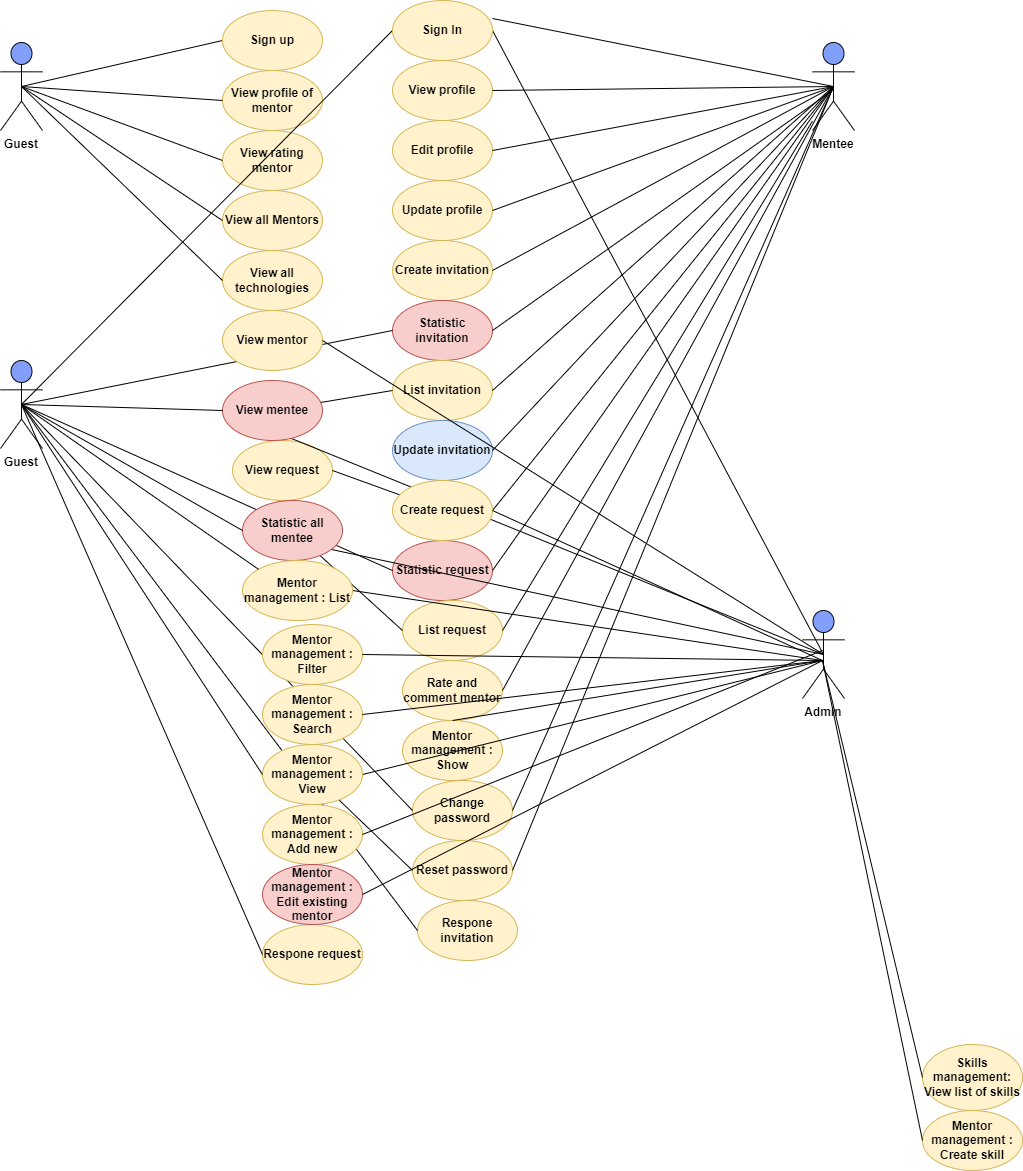
Before: UML.drawio.png, a diagram exported from draw.io (dungdt23/SWP391_Document). Source tidied: cells renumbered, new cells last; positions are measured from the earlier drawing's top-left corner, leaving out a move shared by most shapes.
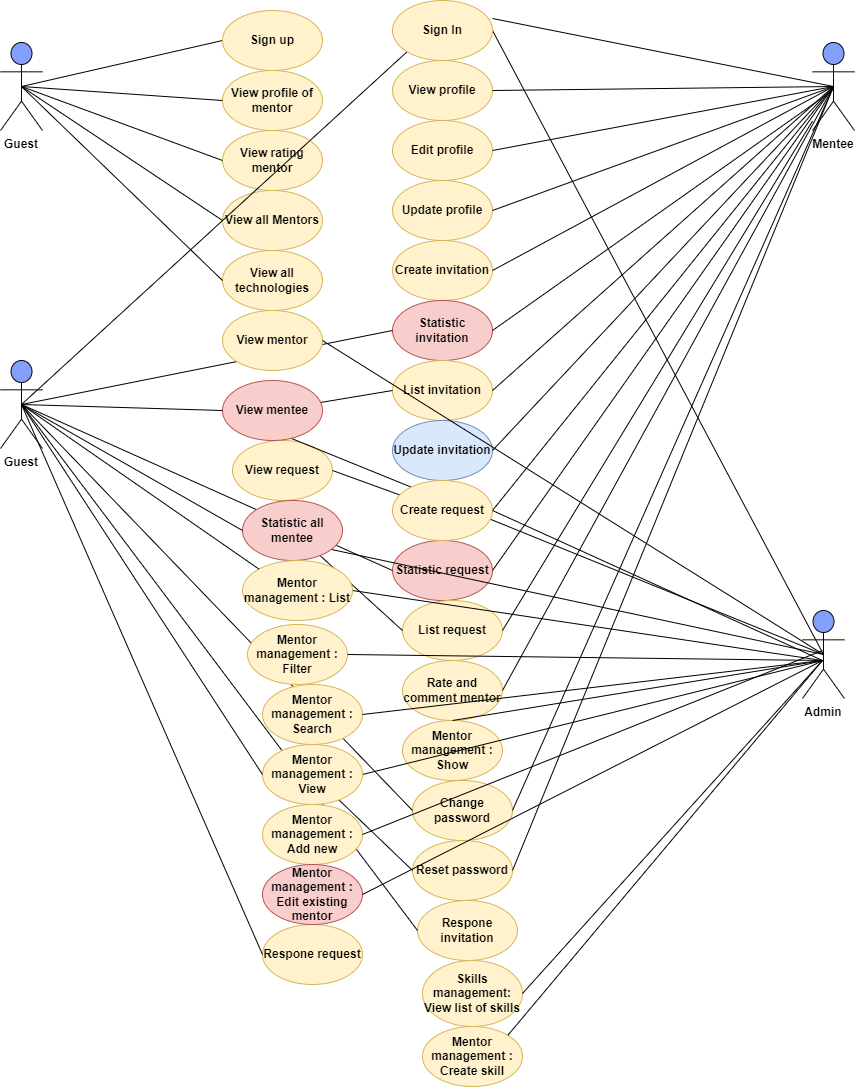
After the change.

Change to the diagram source:
```diff
@@ -118,7 +118,7 @@
     <mxCell id="39" value="Guest&#10;" style="shape=umlActor;verticalLabelPosition=bottom;verticalAlign=top;outlineConnect=0;fontStyle=1;fillColor=#839FFC;strokeColor=#06080A;" parent="1" vertex="1">
       <mxGeometry y="360" width="42" height="88" as="geometry" />
     </mxCell>
-    <mxCell id="40" style="endArrow=none;html=1;rounded=0;exitX=0.5;exitY=0.5;exitDx=0;exitDy=0;entryX=0;entryY=0.5;entryDx=0;entryDy=0;exitPerimeter=0;" parent="1" edge="1" source="39" target="81">
+    <mxCell id="40" style="endArrow=none;html=1;rounded=0;exitX=0.5;exitY=0.5;exitDx=0;exitDy=0;entryX=0;entryY=1;entryDx=0;entryDy=0;exitPerimeter=0;" parent="1" edge="1" source="39" target="81">
       <mxGeometry relative="1" as="geometry" />
     </mxCell>
     <mxCell id="41" style="endArrow=none;html=1;rounded=0;exitX=0.5;exitY=0.5;exitDx=0;exitDy=0;entryX=0;entryY=0.5;entryDx=0;entryDy=0;exitPerimeter=0;" parent="1" edge="1" source="39" target="22">
@@ -164,7 +164,7 @@
       <mxGeometry x="232" y="440" width="100" height="60" as="geometry" />
     </mxCell>
     <mxCell id="55" value="Mentor management : Filter" style="ellipse;whiteSpace=wrap;html=1;fillColor=#fff2cc;strokeColor=#d6b656;fontStyle=1;" parent="1" vertex="1">
-      <mxGeometry x="262" y="624" width="100" height="60" as="geometry" />
+      <mxGeometry x="247" y="624" width="100" height="60" as="geometry" />
     </mxCell>
     <mxCell id="56" value="Mentor management : Search" style="ellipse;whiteSpace=wrap;html=1;fillColor=#fff2cc;strokeColor=#d6b656;fontStyle=1;" parent="1" vertex="1">
       <mxGeometry x="262" y="684" width="100" height="60" as="geometry" />
@@ -179,10 +179,10 @@
       <mxGeometry x="262" y="864" width="100" height="60" as="geometry" />
     </mxCell>
     <mxCell id="60" value="Skills management: View list of skills" style="ellipse;whiteSpace=wrap;html=1;fillColor=#fff2cc;strokeColor=#d6b656;fontStyle=1;" parent="1" vertex="1">
-      <mxGeometry x="922" y="1044" width="100" height="66" as="geometry" />
+      <mxGeometry x="422" y="960" width="100" height="66" as="geometry" />
     </mxCell>
     <mxCell id="61" value="Mentor management : Create skill&lt;span style=&quot;color: rgba(0, 0, 0, 0); font-family: monospace; font-size: 0px; font-weight: 400; text-align: start;&quot;&gt;%3CmxGraphModel%3E%3Croot%3E%3CmxCell%20id%3D%220%22%2F%3E%3CmxCell%20id%3D%221%22%20parent%3D%220%22%2F%3E%3CmxCell%20id%3D%222%22%20value%3D%22Mentor%20management%20%3A%20Search%22%20style%3D%22ellipse%3BwhiteSpace%3Dwrap%3Bhtml%3D1%3BfillColor%3D%23fff2cc%3BstrokeColor%3D%23d6b656%3BfontStyle%3D1%22%20vertex%3D%221%22%20parent%3D%221%22%3E%3CmxGeometry%20x%3D%22880%22%20y%3D%22674%22%20width%3D%22100%22%20height%3D%2260%22%20as%3D%22geometry%22%2F%3E%3C%2FmxCell%3E%3C%2Froot%3E%3C%2FmxGraphModel%3E&lt;/span&gt;" style="ellipse;whiteSpace=wrap;html=1;fillColor=#fff2cc;strokeColor=#d6b656;fontStyle=1;" parent="1" vertex="1">
-      <mxGeometry x="922" y="1110" width="100" height="60" as="geometry" />
+      <mxGeometry x="422" y="1026" width="100" height="60" as="geometry" />
     </mxCell>
     <mxCell id="62" style="endArrow=none;html=1;rounded=0;exitX=0.5;exitY=0.5;exitDx=0;exitDy=0;exitPerimeter=0;entryX=1;entryY=0.5;entryDx=0;entryDy=0;" parent="1" edge="1" source="51" target="53">
       <mxGeometry relative="1" as="geometry" />
@@ -231,12 +231,12 @@
         <mxPoint x="822" y="660" as="sourcePoint" />
       </mxGeometry>
     </mxCell>
-    <mxCell id="73" style="endArrow=none;html=1;rounded=0;entryX=0;entryY=0.5;entryDx=0;entryDy=0;" parent="1" edge="1" target="60">
+    <mxCell id="73" style="endArrow=none;html=1;rounded=0;entryX=1;entryY=0.5;entryDx=0;entryDy=0;" parent="1" edge="1" target="60">
       <mxGeometry relative="1" as="geometry">
         <mxPoint x="822" y="660" as="sourcePoint" />
       </mxGeometry>
     </mxCell>
-    <mxCell id="74" style="endArrow=none;html=1;rounded=0;entryX=0;entryY=0.5;entryDx=0;entryDy=0;" parent="1" edge="1" target="61">
+    <mxCell id="74" style="endArrow=none;html=1;rounded=0;entryX=1;entryY=0;entryDx=0;entryDy=0;" parent="1" edge="1" target="61">
       <mxGeometry relative="1" as="geometry">
         <mxPoint x="822" y="660" as="sourcePoint" />
       </mxGeometry>
```
